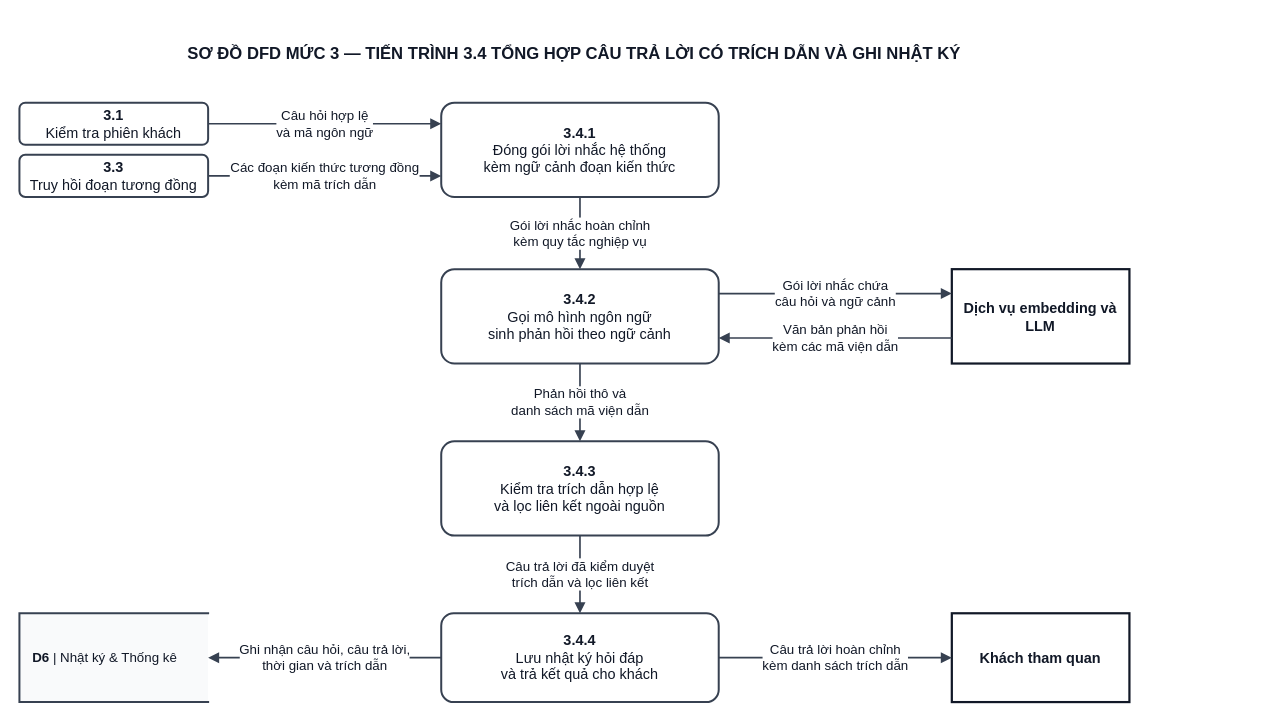
Before: docs/diagram/dfd/DFD_Level_3_P3_4_RAG_Answer_Generation.drawio in Kazuken123/prj_sgu26_cnpm, a draw.io diagram. Source tidied: cells renumbered, new cells numbered last; positions are measured from the earlier drawing's top-left corner, leaving out a move shared by most shapes. Both pictures are drawn from the tidied source at 111%, with x=0, y=0 at pixel (19, 30).
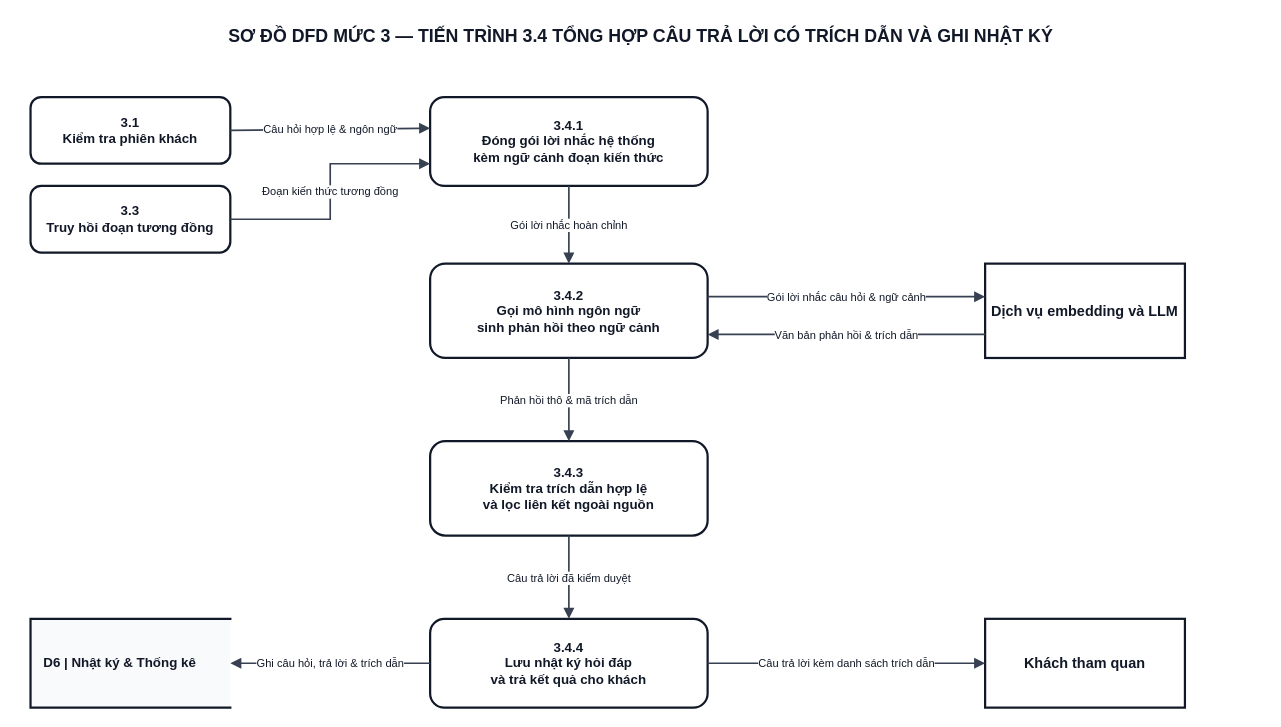
The same page after the edit.

What changed in the source:
```diff
@@
-    <mxCell id="2" value="SƠ ĐỒ DFD MỨC 3 — TIẾN TRÌNH 3.4 TỔNG HỢP CÂU TRẢ LỜI CÓ TRÍCH DẪN VÀ GHI NHẬT KÝ" style="text;html=1;align=center;verticalAlign=middle;whiteSpace=wrap;fontFamily=Arial;fontSize=15;fontStyle=1;fillColor=none;strokeColor=none;fontColor=#111827;" parent="1" vertex="1">
-      <mxGeometry width="1000" height="40" as="geometry" />
+    <mxCell id="2" value="SƠ ĐỒ DFD MỨC 3 — TIẾN TRÌNH 3.4 TỔNG HỢP CÂU TRẢ LỜI CÓ TRÍCH DẪN VÀ GHI NHẬT KÝ" style="text;html=1;align=center;verticalAlign=middle;whiteSpace=wrap;fontFamily=Arial;fontSize=16;fontStyle=1;fillColor=none;strokeColor=none;fontColor=#111827;" parent="1" vertex="1">
+      <mxGeometry y="-10" width="1120" height="30" as="geometry" />
     </mxCell>
+    <mxCell id="10" value="&lt;b&gt;3.1&lt;/b&gt;&lt;br/&gt;Kiểm tra phiên khách" style="rounded=1;arcSize=16;whiteSpace=wrap;html=1;fillColor=#FFFFFF;strokeColor=#111827;strokeWidth=2;fontFamily=Arial;fontSize=12;fontStyle=1;fontColor=#111827;align=center;" parent="1" vertex="1">
+      <mxGeometry x="10" y="60" width="180" height="60" as="geometry" />
+    </mxCell>
+    <mxCell id="11" value="&lt;b&gt;3.3&lt;/b&gt;&lt;br/&gt;Truy hồi đoạn tương đồng" style="rounded=1;arcSize=16;whiteSpace=wrap;html=1;fillColor=#FFFFFF;strokeColor=#111827;strokeWidth=2;fontFamily=Arial;fontSize=12;fontStyle=1;fontColor=#111827;align=center;" parent="1" vertex="1">
+      <mxGeometry x="10" y="140" width="180" height="60" as="geometry" />
+    </mxCell>
-    <mxCell id="3" value="&lt;b&gt;3.4.1&lt;/b&gt;&lt;br/&gt;Đóng gói lời nhắc hệ thống&lt;br/&gt;kèm ngữ cảnh đoạn kiến thức" style="rounded=1;arcSize=14;whiteSpace=wrap;html=1;fillColor=#FFFFFF;strokeColor=#374151;strokeWidth=1.8;fontFamily=Arial;fontSize=13;fontColor=#111827;align=center;" parent="1" vertex="1">
-      <mxGeometry x="380" y="65" width="250" height="85" as="geometry" />
+    <mxCell id="3" value="&lt;b&gt;3.4.1&lt;/b&gt;&lt;br/&gt;Đóng gói lời nhắc hệ thống&lt;br/&gt;kèm ngữ cảnh đoạn kiến thức" style="rounded=1;arcSize=16;whiteSpace=wrap;html=1;fillColor=#FFFFFF;strokeColor=#111827;strokeWidth=2;fontFamily=Arial;fontSize=12;fontStyle=1;fontColor=#111827;align=center;" parent="1" vertex="1">
+      <mxGeometry x="370" y="60" width="250" height="80" as="geometry" />
     </mxCell>
-    <mxCell id="4" value="&lt;b&gt;3.4.2&lt;/b&gt;&lt;br/&gt;Gọi mô hình ngôn ngữ&lt;br/&gt;sinh phản hồi theo ngữ cảnh" style="rounded=1;arcSize=14;whiteSpace=wrap;html=1;fillColor=#FFFFFF;strokeColor=#374151;strokeWidth=1.8;fontFamily=Arial;fontSize=13;fontColor=#111827;align=center;" parent="1" vertex="1">
-      <mxGeometry x="380" y="215" width="250" height="85" as="geometry" />
+    <mxCell id="4" value="&lt;b&gt;3.4.2&lt;/b&gt;&lt;br/&gt;Gọi mô hình ngôn ngữ&lt;br/&gt;sinh phản hồi theo ngữ cảnh" style="rounded=1;arcSize=16;whiteSpace=wrap;html=1;fillColor=#FFFFFF;strokeColor=#111827;strokeWidth=2;fontFamily=Arial;fontSize=12;fontStyle=1;fontColor=#111827;align=center;" parent="1" vertex="1">
+      <mxGeometry x="370" y="210" width="250" height="85" as="geometry" />
     </mxCell>
-    <mxCell id="5" value="&lt;b&gt;3.4.3&lt;/b&gt;&lt;br/&gt;Kiểm tra trích dẫn hợp lệ&lt;br/&gt;và lọc liên kết ngoài nguồn" style="rounded=1;arcSize=14;whiteSpace=wrap;html=1;fillColor=#FFFFFF;strokeColor=#374151;strokeWidth=1.8;fontFamily=Arial;fontSize=13;fontColor=#111827;align=center;" parent="1" vertex="1">
-      <mxGeometry x="380" y="370" width="250" height="85" as="geometry" />
+    <mxCell id="5" value="&lt;b&gt;3.4.3&lt;/b&gt;&lt;br/&gt;Kiểm tra trích dẫn hợp lệ&lt;br/&gt;và lọc liên kết ngoài nguồn" style="rounded=1;arcSize=16;whiteSpace=wrap;html=1;fillColor=#FFFFFF;strokeColor=#111827;strokeWidth=2;fontFamily=Arial;fontSize=12;fontStyle=1;fontColor=#111827;align=center;" parent="1" vertex="1">
+      <mxGeometry x="370" y="370" width="250" height="85" as="geometry" />
     </mxCell>
-    <mxCell id="6" value="&lt;b&gt;3.4.4&lt;/b&gt;&lt;br/&gt;Lưu nhật ký hỏi đáp&lt;br/&gt;và trả kết quả cho khách" style="rounded=1;arcSize=14;whiteSpace=wrap;html=1;fillColor=#FFFFFF;strokeColor=#374151;strokeWidth=1.8;fontFamily=Arial;fontSize=13;fontColor=#111827;align=center;" parent="1" vertex="1">
-      <mxGeometry x="380" y="525" width="250" height="80" as="geometry" />
+    <mxCell id="6" value="&lt;b&gt;3.4.4&lt;/b&gt;&lt;br/&gt;Lưu nhật ký hỏi đáp&lt;br/&gt;và trả kết quả cho khách" style="rounded=1;arcSize=16;whiteSpace=wrap;html=1;fillColor=#FFFFFF;strokeColor=#111827;strokeWidth=2;fontFamily=Arial;fontSize=12;fontStyle=1;fontColor=#111827;align=center;" parent="1" vertex="1">
+      <mxGeometry x="370" y="530" width="250" height="80" as="geometry" />
     </mxCell>
-    <mxCell id="7" value="Gói lời nhắc hoàn chỉnh&lt;br/&gt;kèm quy tắc nghiệp vụ" style="edgeStyle=none;rounded=0;html=1;exitX=0.5;exitY=1;entryX=0.5;entryY=0;strokeColor=#374151;strokeWidth=1.5;endArrow=block;endFill=1;fontFamily=Arial;fontSize=12;fontColor=#111827;labelBackgroundColor=#FFFFFF;" parent="1" edge="1" source="3" target="4">
+    <mxCell id="7" value="Gói lời nhắc hoàn chỉnh" style="rounded=0;html=1;strokeColor=#374151;strokeWidth=1.5;endArrow=block;endFill=1;fontFamily=Arial;fontSize=10;fontColor=#111827;labelBackgroundColor=#FFFFFF;spacing=2;exitX=0.5;exitY=1;exitDx=0;exitDy=0;entryX=0.5;entryY=0;entryDx=0;entryDy=0;edgeStyle=none;" parent="1" edge="1" source="3" target="4">
       <mxGeometry relative="1" as="geometry" />
     </mxCell>
-    <mxCell id="8" value="Phản hồi thô và&lt;br/&gt;danh sách mã viện dẫn" style="edgeStyle=none;rounded=0;html=1;exitX=0.5;exitY=1;entryX=0.5;entryY=0;strokeColor=#374151;strokeWidth=1.5;endArrow=block;endFill=1;fontFamily=Arial;fontSize=12;fontColor=#111827;labelBackgroundColor=#FFFFFF;" parent="1" edge="1" source="4" target="5">
+    <mxCell id="8" value="Phản hồi thô &amp; mã trích dẫn" style="rounded=0;html=1;strokeColor=#374151;strokeWidth=1.5;endArrow=block;endFill=1;fontFamily=Arial;fontSize=10;fontColor=#111827;labelBackgroundColor=#FFFFFF;spacing=2;exitX=0.5;exitY=1;exitDx=0;exitDy=0;entryX=0.5;entryY=0;entryDx=0;entryDy=0;edgeStyle=none;" parent="1" edge="1" source="4" target="5">
       <mxGeometry relative="1" as="geometry" />
     </mxCell>
-    <mxCell id="9" value="Câu trả lời đã kiểm duyệt&lt;br/&gt;trích dẫn và lọc liên kết" style="edgeStyle=none;rounded=0;html=1;exitX=0.5;exitY=1;entryX=0.5;entryY=0;strokeColor=#374151;strokeWidth=1.5;endArrow=block;endFill=1;fontFamily=Arial;fontSize=12;fontColor=#111827;labelBackgroundColor=#FFFFFF;" parent="1" edge="1" source="5" target="6">
+    <mxCell id="9" value="Câu trả lời đã kiểm duyệt" style="rounded=0;html=1;strokeColor=#374151;strokeWidth=1.5;endArrow=block;endFill=1;fontFamily=Arial;fontSize=10;fontColor=#111827;labelBackgroundColor=#FFFFFF;spacing=2;exitX=0.5;exitY=1;exitDx=0;exitDy=0;entryX=0.5;entryY=0;entryDx=0;entryDy=0;edgeStyle=none;" parent="1" edge="1" source="5" target="6">
       <mxGeometry relative="1" as="geometry" />
     </mxCell>
-    <mxCell id="10" value="&lt;b&gt;3.1&lt;/b&gt;&lt;br/&gt;Kiểm tra phiên khách" style="rounded=1;arcSize=14;whiteSpace=wrap;html=1;fillColor=#FFFFFF;strokeColor=#374151;strokeWidth=1.8;fontFamily=Arial;fontSize=13;fontColor=#111827;align=center;" parent="1" vertex="1">
-      <mxGeometry y="65" width="170" height="38" as="geometry" />
-    </mxCell>
-    <mxCell id="11" value="&lt;b&gt;3.3&lt;/b&gt;&lt;br/&gt;Truy hồi đoạn tương đồng" style="rounded=1;arcSize=14;whiteSpace=wrap;html=1;fillColor=#FFFFFF;strokeColor=#374151;strokeWidth=1.8;fontFamily=Arial;fontSize=13;fontColor=#111827;align=center;" parent="1" vertex="1">
-      <mxGeometry y="112" width="170" height="38" as="geometry" />
-    </mxCell>
-    <mxCell id="12" value="Câu hỏi hợp lệ&lt;br/&gt;và mã ngôn ngữ" style="edgeStyle=none;rounded=0;html=1;exitX=1.0;exitY=0.5;entryX=0.0;entryY=0.2235;strokeColor=#374151;strokeWidth=1.5;endArrow=block;endFill=1;fontFamily=Arial;fontSize=12;fontColor=#111827;labelBackgroundColor=#FFFFFF;" parent="1" edge="1" source="10" target="3">
+    <mxCell id="12" value="Câu hỏi hợp lệ &amp; ngôn ngữ" style="rounded=0;html=1;strokeColor=#374151;strokeWidth=1.5;endArrow=block;endFill=1;fontFamily=Arial;fontSize=10;fontColor=#111827;labelBackgroundColor=#FFFFFF;spacing=2;exitX=1;exitY=0.5;exitDx=0;exitDy=0;entryX=0;entryY=0.35;entryDx=0;entryDy=0;edgeStyle=none;" parent="1" edge="1" source="10" target="3">
       <mxGeometry relative="1" as="geometry" />
     </mxCell>
-    <mxCell id="13" value="Các đoạn kiến thức tương đồng&lt;br/&gt;kèm mã trích dẫn" style="edgeStyle=none;rounded=0;html=1;exitX=1.0;exitY=0.5;entryX=0.0;entryY=0.7765;strokeColor=#374151;strokeWidth=1.5;endArrow=block;endFill=1;fontFamily=Arial;fontSize=12;fontColor=#111827;labelBackgroundColor=#FFFFFF;" parent="1" edge="1" source="11" target="3">
-      <mxGeometry relative="1" as="geometry" />
+    <mxCell id="13" value="Đoạn kiến thức tương đồng" style="rounded=0;html=1;strokeColor=#374151;strokeWidth=1.5;endArrow=block;endFill=1;fontFamily=Arial;fontSize=10;fontColor=#111827;labelBackgroundColor=#FFFFFF;spacing=2;exitX=1;exitY=0.5;exitDx=0;exitDy=0;entryX=0;entryY=0.75;entryDx=0;entryDy=0;edgeStyle=orthogonalEdgeStyle;jettySize=auto;" parent="1" edge="1" source="11" target="3">
+      <mxGeometry relative="1" as="geometry">
+        <Array as="points">
+          <mxPoint x="190" y="170" />
+          <mxPoint x="280" y="170" />
+          <mxPoint x="280" y="120" />
+        </Array>
+      </mxGeometry>
     </mxCell>
     <mxCell id="14" value="Dịch vụ embedding và LLM" style="rounded=0;whiteSpace=wrap;html=1;fillColor=#FFFFFF;strokeColor=#111827;strokeWidth=2;fontFamily=Arial;fontSize=13;fontStyle=1;fontColor=#111827;align=center;" parent="1" vertex="1">
-      <mxGeometry x="840" y="215" width="160" height="85" as="geometry" />
+      <mxGeometry x="870" y="210" width="180" height="85" as="geometry" />
     </mxCell>
-    <mxCell id="15" value="Gói lời nhắc chứa&lt;br/&gt;câu hỏi và ngữ cảnh" style="edgeStyle=none;rounded=0;html=1;exitX=1.0;exitY=0.2588;entryX=0.0;entryY=0.2588;strokeColor=#374151;strokeWidth=1.5;endArrow=block;endFill=1;fontFamily=Arial;fontSize=12;fontColor=#111827;labelBackgroundColor=#FFFFFF;" parent="1" edge="1" source="4" target="14">
+    <mxCell id="15" value="Gói lời nhắc câu hỏi &amp; ngữ cảnh" style="rounded=0;html=1;strokeColor=#374151;strokeWidth=1.5;endArrow=block;endFill=1;fontFamily=Arial;fontSize=10;fontColor=#111827;labelBackgroundColor=#FFFFFF;spacing=2;exitX=1;exitY=0.35;exitDx=0;exitDy=0;entryX=0;entryY=0.35;entryDx=0;entryDy=0;edgeStyle=none;" parent="1" edge="1" source="4" target="14">
       <mxGeometry relative="1" as="geometry" />
     </mxCell>
-    <mxCell id="16" value="Văn bản phản hồi&lt;br/&gt;kèm các mã viện dẫn" style="edgeStyle=none;rounded=0;html=1;exitX=0.0;exitY=0.7294;entryX=1.0;entryY=0.7294;strokeColor=#374151;strokeWidth=1.5;endArrow=block;endFill=1;fontFamily=Arial;fontSize=12;fontColor=#111827;labelBackgroundColor=#FFFFFF;" parent="1" edge="1" source="14" target="4">
+    <mxCell id="16" value="Văn bản phản hồi &amp; trích dẫn" style="rounded=0;html=1;strokeColor=#374151;strokeWidth=1.5;endArrow=block;endFill=1;fontFamily=Arial;fontSize=10;fontColor=#111827;labelBackgroundColor=#FFFFFF;spacing=2;exitX=0;exitY=0.75;exitDx=0;exitDy=0;entryX=1;entryY=0.75;entryDx=0;entryDy=0;edgeStyle=none;" parent="1" edge="1" source="14" target="4">
       <mxGeometry relative="1" as="geometry" />
     </mxCell>
-    <mxCell id="17" value="&lt;b&gt;D6&lt;/b&gt; | Nhật ký &amp;amp; Thống kê" style="shape=partialRectangle;whiteSpace=wrap;html=1;left=1;right=0;top=1;bottom=1;fillColor=#F9FAFB;strokeColor=#374151;strokeWidth=1.8;fontFamily=Arial;fontSize=12;fontColor=#111827;align=left;spacingLeft=10;" parent="1" vertex="1">
-      <mxGeometry y="525" width="170" height="80" as="geometry" />
+    <mxCell id="17" value="&lt;b&gt;D6&lt;/b&gt; | Nhật ký &amp; Thống kê" style="shape=partialRectangle;whiteSpace=wrap;html=1;left=1;right=0;top=1;bottom=1;fillColor=#F9FAFB;strokeColor=#111827;strokeWidth=2;fontFamily=Arial;fontSize=12;fontStyle=1;fontColor=#111827;align=left;spacingLeft=10;" parent="1" vertex="1">
+      <mxGeometry x="10" y="530" width="180" height="80" as="geometry" />
     </mxCell>
     <mxCell id="18" value="Khách tham quan" style="rounded=0;whiteSpace=wrap;html=1;fillColor=#FFFFFF;strokeColor=#111827;strokeWidth=2;fontFamily=Arial;fontSize=13;fontStyle=1;fontColor=#111827;align=center;" parent="1" vertex="1">
-      <mxGeometry x="840" y="525" width="160" height="80" as="geometry" />
+      <mxGeometry x="870" y="530" width="180" height="80" as="geometry" />
     </mxCell>
-    <mxCell id="19" value="Ghi nhận câu hỏi, câu trả lời,&lt;br/&gt;thời gian và trích dẫn" style="edgeStyle=none;rounded=0;html=1;exitX=0.0;exitY=0.5;entryX=1.0;entryY=0.5;strokeColor=#374151;strokeWidth=1.5;endArrow=block;endFill=1;fontFamily=Arial;fontSize=12;fontColor=#111827;labelBackgroundColor=#FFFFFF;" parent="1" edge="1" source="6" target="17">
+    <mxCell id="19" value="Ghi câu hỏi, trả lời &amp; trích dẫn" style="rounded=0;html=1;strokeColor=#374151;strokeWidth=1.5;endArrow=block;endFill=1;fontFamily=Arial;fontSize=10;fontColor=#111827;labelBackgroundColor=#FFFFFF;spacing=2;exitX=0;exitY=0.5;exitDx=0;exitDy=0;entryX=1;entryY=0.5;entryDx=0;entryDy=0;edgeStyle=none;" parent="1" edge="1" source="6" target="17">
       <mxGeometry relative="1" as="geometry" />
     </mxCell>
-    <mxCell id="20" value="Câu trả lời hoàn chỉnh&lt;br/&gt;kèm danh sách trích dẫn" style="edgeStyle=none;rounded=0;html=1;exitX=1.0;exitY=0.5;entryX=0.0;entryY=0.5;strokeColor=#374151;strokeWidth=1.5;endArrow=block;endFill=1;fontFamily=Arial;fontSize=12;fontColor=#111827;labelBackgroundColor=#FFFFFF;" parent="1" edge="1" source="6" target="18">
+    <mxCell id="20" value="Câu trả lời kèm danh sách trích dẫn" style="rounded=0;html=1;strokeColor=#374151;strokeWidth=1.5;endArrow=block;endFill=1;fontFamily=Arial;fontSize=10;fontColor=#111827;labelBackgroundColor=#FFFFFF;spacing=2;exitX=1;exitY=0.5;exitDx=0;exitDy=0;entryX=0;entryY=0.5;entryDx=0;entryDy=0;edgeStyle=none;" parent="1" edge="1" source="6" target="18">
       <mxGeometry relative="1" as="geometry" />
     </mxCell>
```
